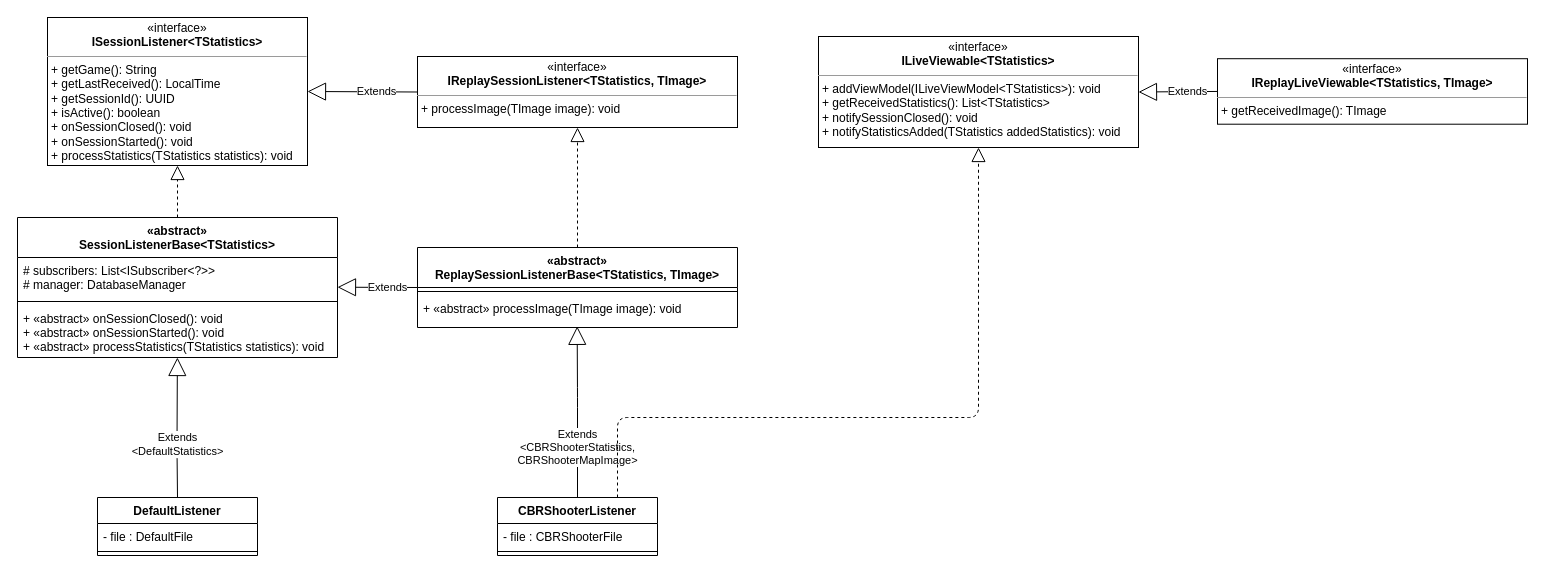
This is doc/SessionListenerHierachy.drawio from VISAB-ORG/VISAB, a draw.io file, before an edit. Source tidied: cells renumbered, new cells numbered last; positions are measured from the earlier drawing's top-left corner, leaving out a move shared by most shapes. Both pictures are drawn from the tidied source at 100%, with x=0, y=0 at pixel (17, 17).
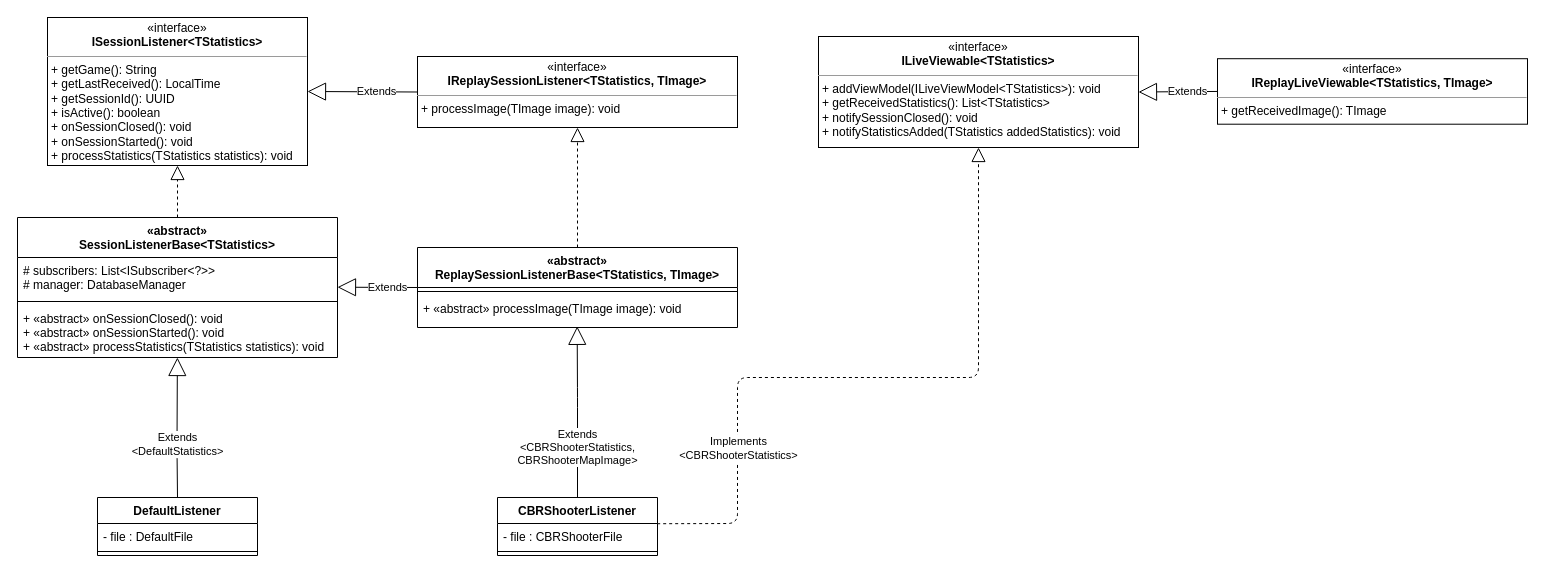
The same page after the edit.

Commit message (it also covers changes not shown here):
Small adjustments to SessionListenerHierachy uml

The change refers to these unchanged cells:
```xml
<mxCell id="4" value="&lt;p style=&quot;margin: 0px ; margin-top: 4px ; text-align: center&quot;&gt;«interface»&lt;br&gt;&lt;b&gt;ILiveViewable&amp;lt;TStatistics&amp;gt;&lt;/b&gt;&lt;/p&gt;&lt;hr size=&quot;1&quot;&gt;&lt;p style=&quot;margin: 0px ; margin-left: 4px&quot;&gt;+ addViewModel(ILiveViewModel&amp;lt;TStatistics&amp;gt;): void&lt;br&gt;+ getReceivedStatistics(): List&amp;lt;TStatistics&amp;gt;&lt;/p&gt;&lt;p style=&quot;margin: 0px ; margin-left: 4px&quot;&gt;+ notifySessionClosed(): void&lt;/p&gt;&lt;p style=&quot;margin: 0px ; margin-left: 4px&quot;&gt;+ notifyStatisticsAdded(TStatistics addedStatistics): void&lt;/p&gt;" style="verticalAlign=top;align=left;overflow=fill;fontSize=12;fontFamily=Helvetica;html=1;" parent="1" vertex="1">
  <mxGeometry x="801" y="19" width="320" height="111" as="geometry" />
</mxCell>
<mxCell id="19" value="CBRShooterListener" style="swimlane;fontStyle=1;align=center;verticalAlign=top;horizontal=1;startSize=26;" parent="1" vertex="1">
  <mxGeometry x="480" y="480" width="160" height="58" as="geometry" />
</mxCell>
<mxCell id="20" value="- file : CBRShooterFile" style="text;strokeColor=none;fillColor=none;align=left;verticalAlign=top;spacingLeft=4;spacingRight=4;overflow=hidden;points=[[0,0.5],[1,0.5]];portConstraint=eastwest;" parent="19" vertex="1">
  <mxGeometry y="26" width="160" height="24" as="geometry" />
</mxCell>
```

Change to the diagram source:
```diff
@@
-    <mxCell id="22" style="endArrow=block;dashed=1;endFill=0;endSize=12;html=1;exitX=0.75;exitY=0;exitDx=0;exitDy=0;entryX=0.5;entryY=1;entryDx=0;entryDy=0;" parent="1" edge="1" source="19" target="4">
+    <mxCell id="22" style="endArrow=block;dashed=1;endFill=0;endSize=12;html=1;exitX=0.998;exitY=0.009;exitDx=0;exitDy=0;entryX=0.5;entryY=1;entryDx=0;entryDy=0;exitPerimeter=0;" parent="1" edge="1" source="20" target="4">
       <mxGeometry relative="1" as="geometry">
         <Array as="points">
-          <mxPoint x="600" y="400" />
-          <mxPoint x="961" y="400" />
+          <mxPoint x="720" y="506" />
+          <mxPoint x="720" y="360" />
+          <mxPoint x="961" y="360" />
         </Array>
       </mxGeometry>
     </mxCell>
+    <mxCell id="27" value="Implements&lt;br&gt;&amp;lt;CBRShooterStatistics&amp;gt;" style="edgeLabel;html=1;align=center;verticalAlign=middle;" parent="22" vertex="1">
+      <mxGeometry x="-0.3" y="-1" relative="1" as="geometry">
+        <mxPoint x="-17" y="69" as="offset" />
+      </mxGeometry>
+    </mxCell>
```
